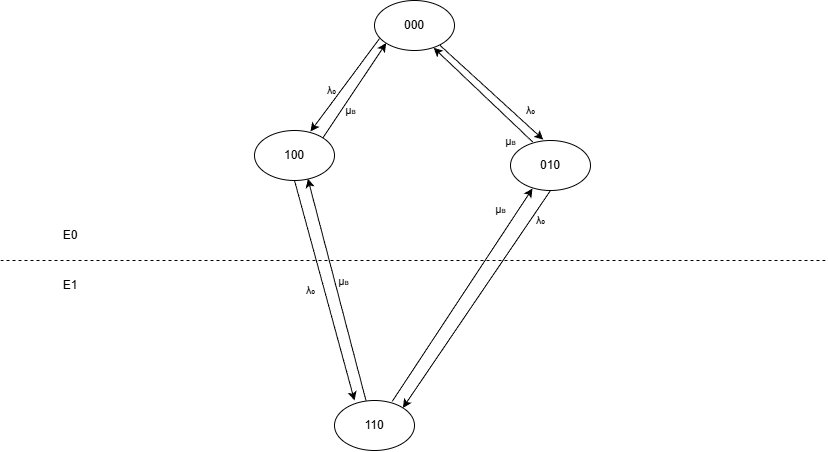
Above: диаг2.drawio.png in kolyan3445/WHAT-THE-FUCK (draw.io), before the change. Source tidied: cells renumbered, new cells last; positions are measured from the earlier drawing's top-left corner, leaving out a move shared by most shapes. Source of this version:
```xml
<mxGraphModel>
  <root>
    <mxCell id="0" />
    <mxCell id="1" parent="0" />
    <mxCell id="2" value="000" style="ellipse;whiteSpace=wrap;html=1;" parent="1" vertex="1">
      <mxGeometry x="374" width="80" height="50" as="geometry" />
    </mxCell>
    <mxCell id="3" value="100" style="ellipse;whiteSpace=wrap;html=1;" parent="1" vertex="1">
      <mxGeometry x="254" y="130" width="80" height="50" as="geometry" />
    </mxCell>
    <mxCell id="4" value="01&lt;span style=&quot;background-color: transparent; color: light-dark(rgb(0, 0, 0), rgb(255, 255, 255));&quot;&gt;0&lt;/span&gt;" style="ellipse;whiteSpace=wrap;html=1;" parent="1" vertex="1">
      <mxGeometry x="510" y="140" width="80" height="50" as="geometry" />
    </mxCell>
    <mxCell id="5" value="110" style="ellipse;whiteSpace=wrap;html=1;" parent="1" vertex="1">
      <mxGeometry x="334" y="400" width="80" height="50" as="geometry" />
    </mxCell>
    <mxCell id="6" value="Е0" style="text;html=1;whiteSpace=wrap;strokeColor=none;fillColor=none;align=center;verticalAlign=middle;rounded=0;" parent="1" vertex="1">
      <mxGeometry x="40" y="220" width="60" height="30" as="geometry" />
    </mxCell>
    <mxCell id="7" value="Е1" style="text;html=1;whiteSpace=wrap;strokeColor=none;fillColor=none;align=center;verticalAlign=middle;rounded=0;" parent="1" vertex="1">
      <mxGeometry x="40" y="270" width="60" height="30" as="geometry" />
    </mxCell>
    <mxCell id="8" style="endArrow=none;dashed=1;html=1;rounded=0;" parent="1" edge="1">
      <mxGeometry relative="1" as="geometry">
        <mxPoint y="260" as="sourcePoint" />
        <mxPoint x="826" y="260" as="targetPoint" />
      </mxGeometry>
    </mxCell>
    <mxCell id="9" style="endArrow=classic;html=1;rounded=0;entryX=0;entryY=1;entryDx=0;entryDy=0;exitX=1;exitY=0;exitDx=0;exitDy=0;" parent="1" edge="1" source="3" target="2">
      <mxGeometry relative="1" as="geometry" />
    </mxCell>
    <mxCell id="10" value="µ&lt;font style=&quot;font-size: 8px;&quot;&gt;в&lt;/font&gt;" style="edgeLabel;html=1;align=center;verticalAlign=middle;labelBackgroundColor=none;" parent="9" vertex="1">
      <mxGeometry relative="1" as="geometry">
        <mxPoint x="-4" y="20" as="offset" />
      </mxGeometry>
    </mxCell>
    <mxCell id="11" style="endArrow=classic;html=1;rounded=0;exitX=0.063;exitY=0.76;exitDx=0;exitDy=0;exitPerimeter=0;entryX=0.7;entryY=0.02;entryDx=0;entryDy=0;entryPerimeter=0;" parent="1" edge="1" source="2" target="3">
      <mxGeometry relative="1" as="geometry" />
    </mxCell>
    <mxCell id="12" value="λ&lt;font&gt;₀&lt;/font&gt;" style="edgeLabel;html=1;align=center;verticalAlign=middle;labelBackgroundColor=none;" parent="11" vertex="1">
      <mxGeometry relative="1" as="geometry">
        <mxPoint x="-14" y="5" as="offset" />
      </mxGeometry>
    </mxCell>
    <mxCell id="13" style="endArrow=classic;html=1;rounded=0;exitX=0.819;exitY=0.898;exitDx=0;exitDy=0;entryX=0.409;entryY=-0.018;entryDx=0;entryDy=0;entryPerimeter=0;exitPerimeter=0;" parent="1" edge="1" source="2" target="4">
      <mxGeometry relative="1" as="geometry" />
    </mxCell>
    <mxCell id="14" value="λ₀" style="edgeLabel;html=1;align=center;verticalAlign=middle;labelBackgroundColor=none;" parent="13" vertex="1">
      <mxGeometry relative="1" as="geometry">
        <mxPoint x="39" y="18" as="offset" />
      </mxGeometry>
    </mxCell>
    <mxCell id="15" style="endArrow=classic;html=1;rounded=0;exitX=0.278;exitY=0.03;exitDx=0;exitDy=0;entryX=0.74;entryY=0.946;entryDx=0;entryDy=0;entryPerimeter=0;exitPerimeter=0;" parent="1" edge="1" source="4" target="2">
      <mxGeometry relative="1" as="geometry" />
    </mxCell>
    <mxCell id="16" value="µ&lt;font style=&quot;font-size: 8px;&quot;&gt;в&lt;/font&gt;" style="edgeLabel;html=1;align=center;verticalAlign=middle;labelBackgroundColor=none;" parent="15" vertex="1">
      <mxGeometry relative="1" as="geometry">
        <mxPoint x="27" y="46" as="offset" />
      </mxGeometry>
    </mxCell>
    <mxCell id="17" style="endArrow=classic;html=1;rounded=0;entryX=0.667;entryY=0.964;entryDx=0;entryDy=0;entryPerimeter=0;exitX=0.394;exitY=0.006;exitDx=0;exitDy=0;exitPerimeter=0;" parent="1" edge="1" source="5" target="3">
      <mxGeometry relative="1" as="geometry" />
    </mxCell>
    <mxCell id="18" value="µ&lt;font style=&quot;font-size: 8px;&quot;&gt;в&lt;/font&gt;" style="edgeLabel;html=1;align=center;verticalAlign=middle;labelBackgroundColor=none;" parent="17" vertex="1">
      <mxGeometry relative="1" as="geometry">
        <mxPoint x="6" y="-9" as="offset" />
      </mxGeometry>
    </mxCell>
    <mxCell id="19" style="endArrow=classic;html=1;rounded=0;exitX=0.5;exitY=1;exitDx=0;exitDy=0;entryX=0.25;entryY=0;entryDx=0;entryDy=0;entryPerimeter=0;" parent="1" edge="1" source="3" target="5">
      <mxGeometry relative="1" as="geometry" />
    </mxCell>
    <mxCell id="20" value="λ&lt;font&gt;₀&lt;/font&gt;" style="edgeLabel;html=1;align=center;verticalAlign=middle;labelBackgroundColor=none;" parent="19" vertex="1">
      <mxGeometry relative="1" as="geometry">
        <mxPoint x="-14" as="offset" />
      </mxGeometry>
    </mxCell>
    <mxCell id="21" style="endArrow=classic;html=1;rounded=0;exitX=0.5;exitY=1;exitDx=0;exitDy=0;entryX=1;entryY=0;entryDx=0;entryDy=0;" parent="1" edge="1" source="4" target="5">
      <mxGeometry relative="1" as="geometry" />
    </mxCell>
    <mxCell id="22" value="λ&lt;font&gt;₀&lt;/font&gt;" style="edgeLabel;html=1;align=center;verticalAlign=middle;labelBackgroundColor=none;" parent="21" vertex="1">
      <mxGeometry relative="1" as="geometry">
        <mxPoint x="64" y="-79" as="offset" />
      </mxGeometry>
    </mxCell>
    <mxCell id="23" style="endArrow=classic;html=1;rounded=0;entryX=0.275;entryY=0.96;entryDx=0;entryDy=0;exitX=0.721;exitY=0.02;exitDx=0;exitDy=0;exitPerimeter=0;entryPerimeter=0;" parent="1" edge="1" source="5" target="4">
      <mxGeometry relative="1" as="geometry" />
    </mxCell>
    <mxCell id="24" value="µ&lt;font style=&quot;font-size: 8px;&quot;&gt;в&lt;/font&gt;" style="edgeLabel;html=1;align=center;verticalAlign=middle;labelBackgroundColor=none;" parent="23" vertex="1">
      <mxGeometry relative="1" as="geometry">
        <mxPoint x="38" y="-86" as="offset" />
      </mxGeometry>
    </mxCell>
  </root>
</mxGraphModel>
```
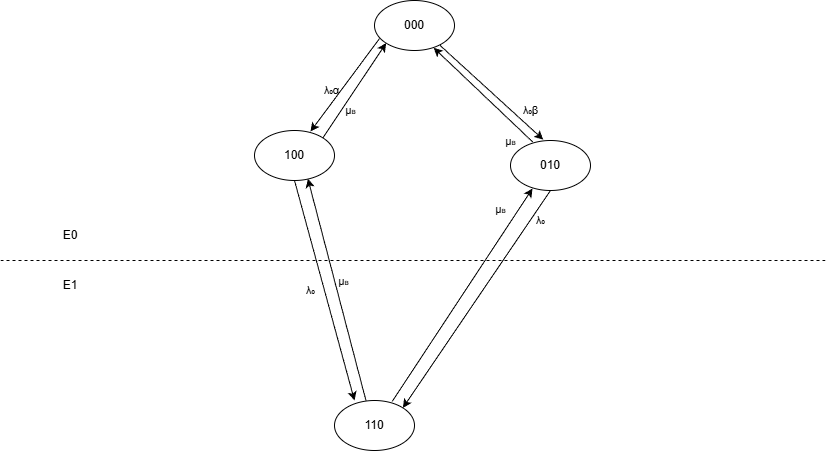
Above is the later version.

Change to the diagram source:
```diff
@@ -37,7 +37,7 @@
     <mxCell id="11" style="endArrow=classic;html=1;rounded=0;exitX=0.063;exitY=0.76;exitDx=0;exitDy=0;exitPerimeter=0;entryX=0.7;entryY=0.02;entryDx=0;entryDy=0;entryPerimeter=0;" parent="1" edge="1" source="2" target="3">
       <mxGeometry relative="1" as="geometry" />
     </mxCell>
-    <mxCell id="12" value="λ&lt;font&gt;₀&lt;/font&gt;" style="edgeLabel;html=1;align=center;verticalAlign=middle;labelBackgroundColor=none;" parent="11" vertex="1">
+    <mxCell id="12" value="λ&lt;font&gt;₀&lt;/font&gt;α" style="edgeLabel;html=1;align=center;verticalAlign=middle;labelBackgroundColor=none;" parent="11" vertex="1">
       <mxGeometry relative="1" as="geometry">
         <mxPoint x="-14" y="5" as="offset" />
       </mxGeometry>
@@ -45,7 +45,7 @@
     <mxCell id="13" style="endArrow=classic;html=1;rounded=0;exitX=0.819;exitY=0.898;exitDx=0;exitDy=0;entryX=0.409;entryY=-0.018;entryDx=0;entryDy=0;entryPerimeter=0;exitPerimeter=0;" parent="1" edge="1" source="2" target="4">
       <mxGeometry relative="1" as="geometry" />
     </mxCell>
-    <mxCell id="14" value="λ₀" style="edgeLabel;html=1;align=center;verticalAlign=middle;labelBackgroundColor=none;" parent="13" vertex="1">
+    <mxCell id="14" value="λ₀β" style="edgeLabel;html=1;align=center;verticalAlign=middle;labelBackgroundColor=none;" parent="13" vertex="1">
       <mxGeometry relative="1" as="geometry">
         <mxPoint x="39" y="18" as="offset" />
       </mxGeometry>
```
